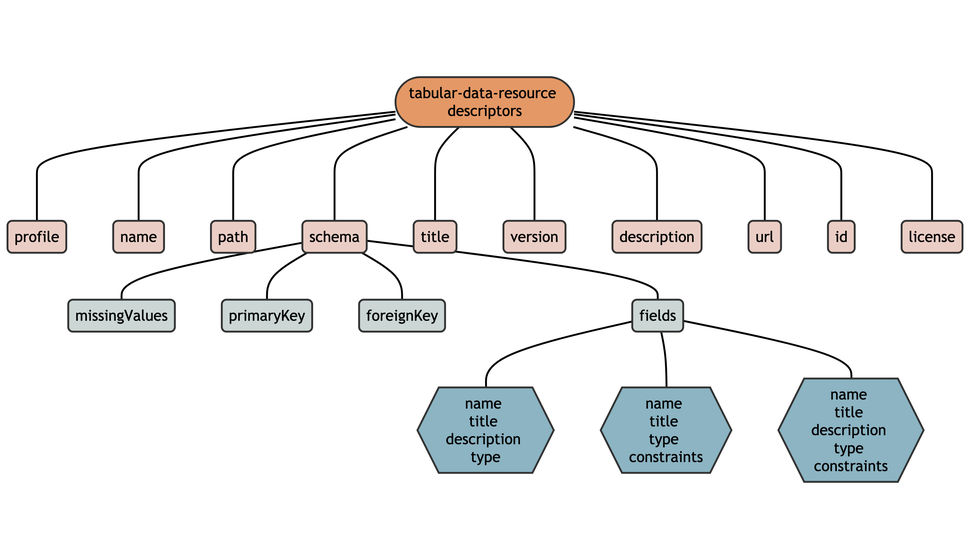
Earlier version of the Mermaid export vignettes/codec_metadata.png (geomarker-io/codec). Its source is kept beside it as vignettes/codec_metadata.mmd.
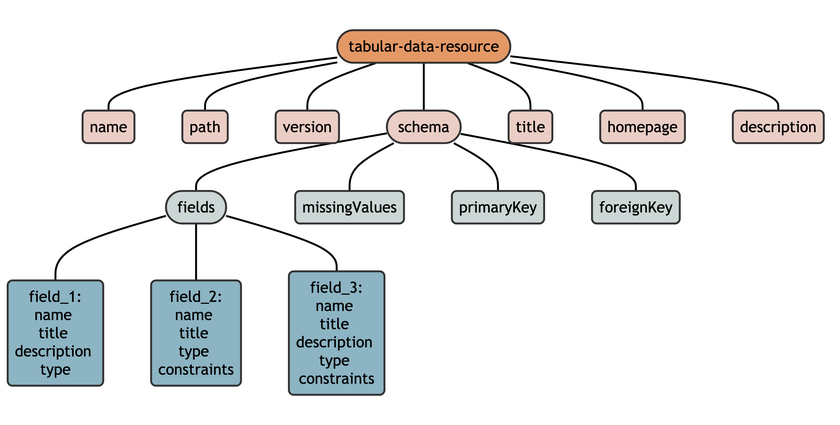
After the commit.

The edit, as a diff of the source:
```diff
@@ -4,38 +4,30 @@
 classDef II fill:#EACEC5,stroke:#333,stroke-width:2px;
 classDef III fill:#CBD6D5,stroke:#333,stroke-width:2px;
 classDef IIII fill:#8CB4C3,stroke:#333,stroke-width:2px;
-classDef IV fill:#F6EDDE,stroke:#333,stroke-width:2px;
 
-tdr([tabular-data-resource \n descriptors]):::I
-
-profile(profile):::II
+tdr([tabular-data-resource]):::I
 
 name(name):::II
 path(path):::II
-schema(schema):::II
+version(version):::II
+schema([schema]):::II
 title(title):::II
-version(version):::II
+homepage(homepage):::II
 description(description):::II
-url(url):::II
-id(id):::II
-license(license):::II
 
-tdr ---- profile
-tdr ---- name
-tdr ---- path
-tdr ---- schema
-tdr ---- title
-tdr ---- version
-tdr ---- description
-tdr ---- url
-tdr ---- id
-tdr ---- license
+tdr --- name
+tdr --- path
+tdr --- version
+tdr --- title
+tdr --- description
+tdr --- homepage
+tdr --- schema
 
+schema --- fields([fields]):::III
 schema --- missingValues(missingValues):::III
 schema --- primaryKey(primaryKey):::III
 schema --- foreignKey(foreignKey):::III
-schema --- fields(fields):::III
 
-fields --- field_name_1{{name \n title \n description \n type}}:::IIII
-fields --- field_name_2{{name \n title \n type \n constraints}}:::IIII
-fields --- field_name_3{{name \n title \n description \n type \n constraints}}:::IIII
+fields --- field_name_1(field_1:\nname \n title \n description \n type):::IIII
+fields --- field_name_2(field_2:\nname \n title \n type \n constraints):::IIII
+fields --- field_name_3(field_3:\nname \n title \n description \n type \n constraints):::IIII
```
